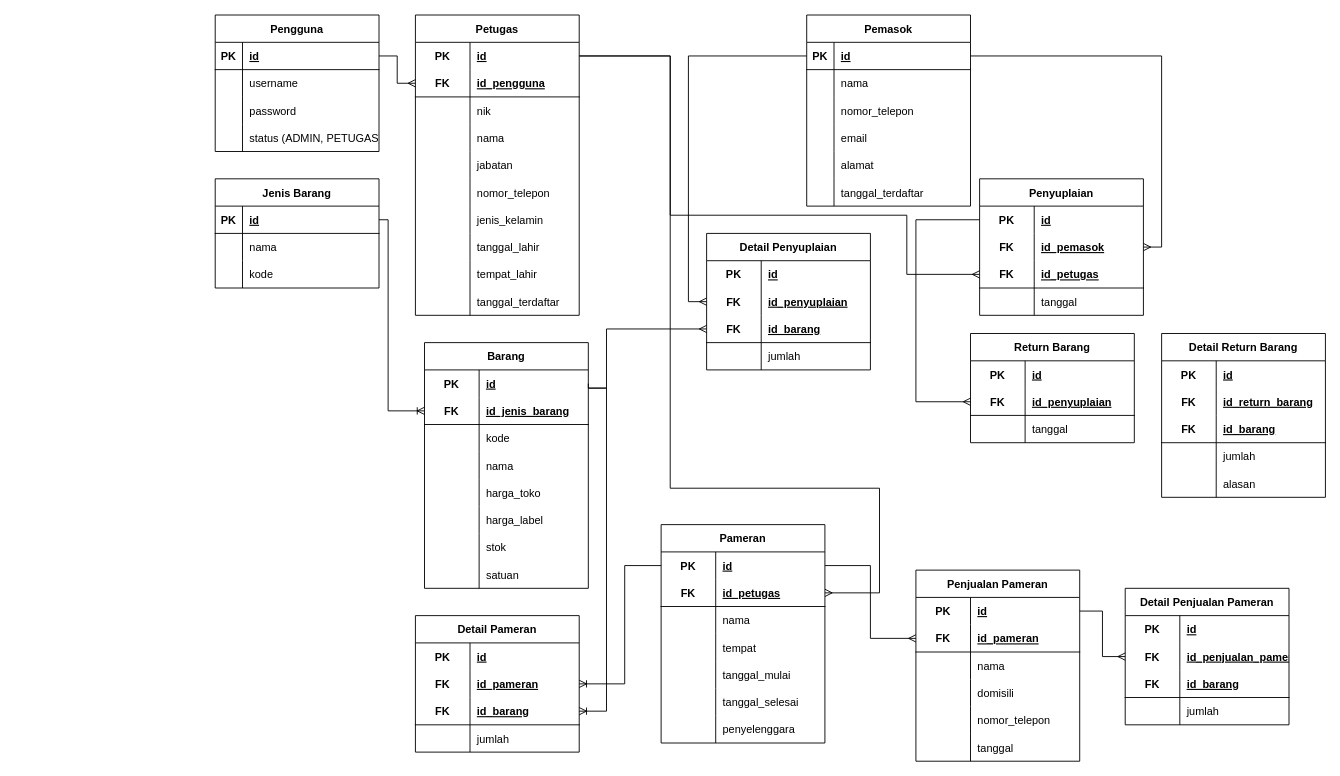
Earlier version of the draw.io diagram db/Database Schema.drawio (yafizh/Aplikasi-Gudang-The-Zamrud-Jewellery). Source tidied: cells renumbered, new cells numbered last; positions are measured from the earlier drawing's top-left corner, leaving out a move shared by most shapes. Both pictures are drawn from the tidied source at 91%, with x=0, y=0 at pixel (215, 15).
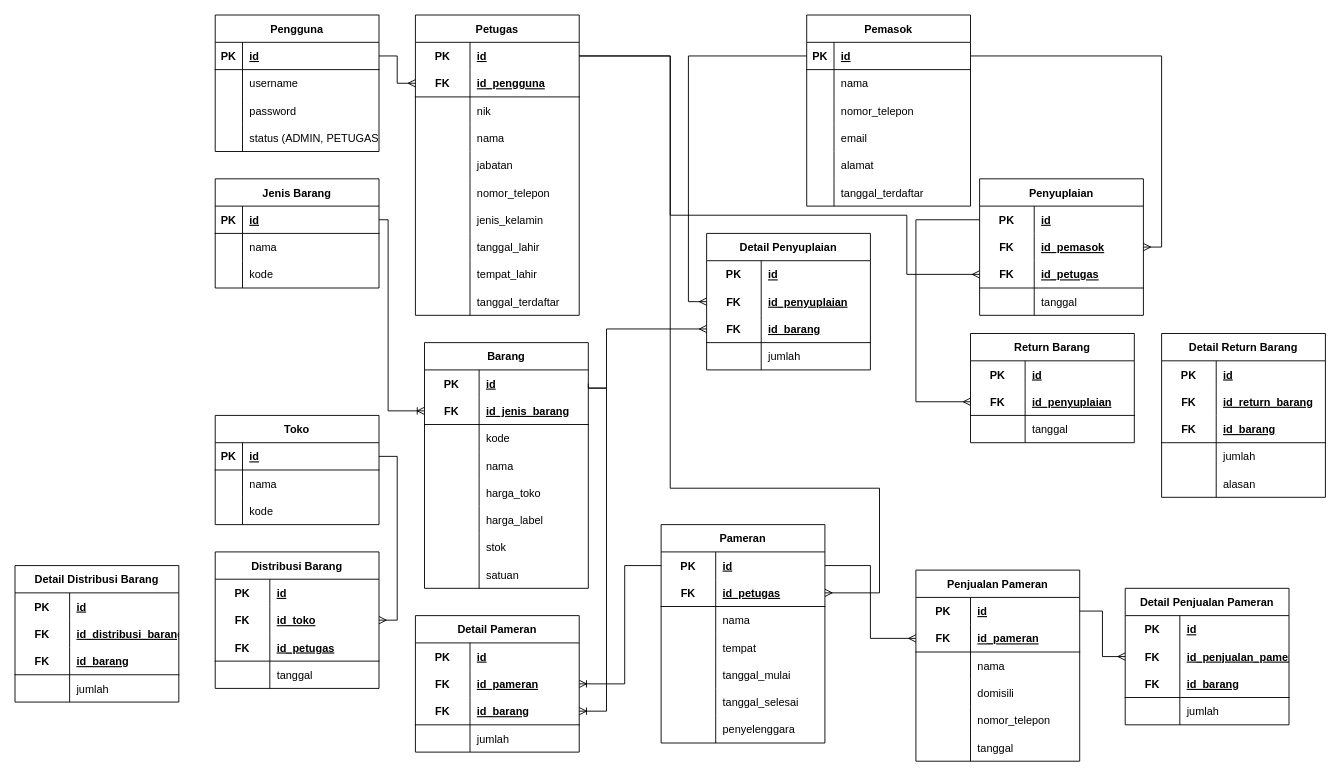
The same diagram, later.

Commit message (it also covers changes not shown here):
add table toko, distribusi barang, and detail distribusi barang

Diff of the diagram source:
```diff
@@
+    <mxCell id="231" value="Toko" style="shape=table;startSize=30;childLayout=tableLayout;rowLines=0;fontStyle=1;align=center;" parent="1" vertex="1">
+      <mxGeometry y="440" width="180" height="120" as="geometry" />
+    </mxCell>
+    <mxCell id="232" style="shape=tableRow;horizontal=0;startSize=0;swimlaneHead=0;swimlaneBody=0;fillColor=none;points=[[0,0.5],[1,0.5]];portConstraint=eastwest;top=0;left=0;right=0;bottom=1;" parent="231" vertex="1">
+      <mxGeometry y="30" width="180" height="30" as="geometry" />
+    </mxCell>
+    <mxCell id="233" value="PK" style="shape=partialRectangle;fillColor=none;top=0;left=0;bottom=0;right=0;fontStyle=1;overflow=hidden;" parent="232" vertex="1">
+      <mxGeometry width="30" height="30" as="geometry" />
+    </mxCell>
+    <mxCell id="234" value="id" style="shape=partialRectangle;fillColor=none;top=0;left=0;bottom=0;right=0;align=left;spacingLeft=6;fontStyle=5;overflow=hidden;" parent="232" vertex="1">
+      <mxGeometry x="30" width="150" height="30" as="geometry" />
+    </mxCell>
+    <mxCell id="235" style="shape=tableRow;horizontal=0;startSize=0;swimlaneHead=0;swimlaneBody=0;fillColor=none;top=0;left=0;right=0;bottom=0;" parent="231" vertex="1">
+      <mxGeometry y="60" width="180" height="30" as="geometry" />
+    </mxCell>
+    <mxCell id="236" style="shape=partialRectangle;fillColor=none;top=0;left=0;bottom=0;right=0;overflow=hidden;" parent="235" vertex="1">
+      <mxGeometry width="30" height="30" as="geometry" />
+    </mxCell>
+    <mxCell id="237" value="nama" style="shape=partialRectangle;fillColor=none;top=0;left=0;bottom=0;right=0;align=left;spacingLeft=6;overflow=hidden;" parent="235" vertex="1">
+      <mxGeometry x="30" width="150" height="30" as="geometry" />
+    </mxCell>
+    <mxCell id="238" style="shape=tableRow;horizontal=0;startSize=0;swimlaneHead=0;swimlaneBody=0;fillColor=none;top=0;left=0;right=0;bottom=0;" parent="231" vertex="1">
+      <mxGeometry y="90" width="180" height="30" as="geometry" />
+    </mxCell>
+    <mxCell id="239" style="shape=partialRectangle;fillColor=none;top=0;left=0;bottom=0;right=0;overflow=hidden;" parent="238" vertex="1">
+      <mxGeometry width="30" height="30" as="geometry" />
+    </mxCell>
+    <mxCell id="240" value="kode" style="shape=partialRectangle;fillColor=none;top=0;left=0;bottom=0;right=0;align=left;spacingLeft=6;overflow=hidden;" parent="238" vertex="1">
+      <mxGeometry x="30" width="150" height="30" as="geometry" />
+    </mxCell>
+    <mxCell id="241" value="Distribusi Barang" style="shape=table;startSize=30;childLayout=tableLayout;rowLines=0;fontStyle=1;align=center;" parent="1" vertex="1">
+      <mxGeometry y="590" width="180" height="150" as="geometry" />
+    </mxCell>
+    <mxCell id="242" style="shape=tableRow;horizontal=0;startSize=0;swimlaneHead=0;swimlaneBody=0;fillColor=none;top=0;left=0;right=0;bottom=0;" parent="241" vertex="1">
+      <mxGeometry y="30" width="180" height="30" as="geometry" />
+    </mxCell>
+    <mxCell id="243" value="PK" style="shape=partialRectangle;fillColor=none;top=0;left=0;bottom=0;right=0;fontStyle=1;overflow=hidden;" parent="242" vertex="1">
+      <mxGeometry width="60" height="30" as="geometry" />
+    </mxCell>
+    <mxCell id="244" value="id" style="shape=partialRectangle;fillColor=none;top=0;left=0;bottom=0;right=0;align=left;spacingLeft=6;fontStyle=5;overflow=hidden;" parent="242" vertex="1">
+      <mxGeometry x="60" width="120" height="30" as="geometry" />
+    </mxCell>
+    <mxCell id="245" style="shape=tableRow;horizontal=0;startSize=0;swimlaneHead=0;swimlaneBody=0;fillColor=none;points=[[0,0.5],[1,0.5]];portConstraint=eastwest;top=0;left=0;right=0;bottom=0;" parent="241" vertex="1">
+      <mxGeometry y="60" width="180" height="30" as="geometry" />
+    </mxCell>
+    <mxCell id="246" value="FK" style="shape=partialRectangle;fillColor=none;top=0;left=0;bottom=0;right=0;fontStyle=1;overflow=hidden;" parent="245" vertex="1">
+      <mxGeometry width="60" height="30" as="geometry" />
+    </mxCell>
+    <mxCell id="247" value="id_toko" style="shape=partialRectangle;fillColor=none;top=0;left=0;bottom=0;right=0;align=left;spacingLeft=6;fontStyle=5;overflow=hidden;" parent="245" vertex="1">
+      <mxGeometry x="60" width="120" height="30" as="geometry" />
+    </mxCell>
+    <mxCell id="248" style="shape=tableRow;horizontal=0;startSize=0;swimlaneHead=0;swimlaneBody=0;fillColor=none;top=0;left=0;right=0;bottom=1;" parent="241" vertex="1">
+      <mxGeometry y="90" width="180" height="30" as="geometry" />
+    </mxCell>
+    <mxCell id="249" value="FK" style="shape=partialRectangle;fillColor=none;top=0;left=0;bottom=0;right=0;fontStyle=1;overflow=hidden;" parent="248" vertex="1">
+      <mxGeometry width="60" height="30" as="geometry" />
+    </mxCell>
+    <mxCell id="250" value="id_petugas" style="shape=partialRectangle;fillColor=none;top=0;left=0;bottom=0;right=0;align=left;spacingLeft=6;fontStyle=5;overflow=hidden;" parent="248" vertex="1">
+      <mxGeometry x="60" width="120" height="30" as="geometry" />
+    </mxCell>
+    <mxCell id="251" style="shape=tableRow;horizontal=0;startSize=0;swimlaneHead=0;swimlaneBody=0;fillColor=none;top=0;left=0;right=0;bottom=0;" parent="241" vertex="1">
+      <mxGeometry y="120" width="180" height="30" as="geometry" />
+    </mxCell>
+    <mxCell id="252" style="shape=partialRectangle;fillColor=none;top=0;left=0;bottom=0;right=0;overflow=hidden;" parent="251" vertex="1">
+      <mxGeometry width="60" height="30" as="geometry" />
+    </mxCell>
+    <mxCell id="253" value="tanggal" style="shape=partialRectangle;fillColor=none;top=0;left=0;bottom=0;right=0;align=left;spacingLeft=6;overflow=hidden;" parent="251" vertex="1">
+      <mxGeometry x="60" width="120" height="30" as="geometry" />
+    </mxCell>
+    <mxCell id="254" value="Detail Distribusi Barang" style="shape=table;startSize=30;childLayout=tableLayout;rowLines=0;fontStyle=1;align=center;" parent="1" vertex="1">
+      <mxGeometry x="-220" y="605" width="180" height="150" as="geometry" />
+    </mxCell>
+    <mxCell id="255" style="shape=tableRow;horizontal=0;startSize=0;swimlaneHead=0;swimlaneBody=0;fillColor=none;top=0;left=0;right=0;bottom=0;" parent="254" vertex="1">
+      <mxGeometry y="30" width="180" height="30" as="geometry" />
+    </mxCell>
+    <mxCell id="256" value="PK" style="shape=partialRectangle;fillColor=none;top=0;left=0;bottom=0;right=0;fontStyle=1;overflow=hidden;" parent="255" vertex="1">
+      <mxGeometry width="60" height="30" as="geometry" />
+    </mxCell>
+    <mxCell id="257" value="id" style="shape=partialRectangle;fillColor=none;top=0;left=0;bottom=0;right=0;align=left;spacingLeft=6;fontStyle=5;overflow=hidden;" parent="255" vertex="1">
+      <mxGeometry x="60" width="120" height="30" as="geometry" />
+    </mxCell>
+    <mxCell id="258" style="shape=tableRow;horizontal=0;startSize=0;swimlaneHead=0;swimlaneBody=0;fillColor=none;top=0;left=0;right=0;bottom=0;" parent="254" vertex="1">
+      <mxGeometry y="60" width="180" height="30" as="geometry" />
+    </mxCell>
+    <mxCell id="259" value="FK" style="shape=partialRectangle;fillColor=none;top=0;left=0;bottom=0;right=0;fontStyle=1;overflow=hidden;" parent="258" vertex="1">
+      <mxGeometry width="60" height="30" as="geometry" />
+    </mxCell>
+    <mxCell id="260" value="id_distribusi_barang" style="shape=partialRectangle;fillColor=none;top=0;left=0;bottom=0;right=0;align=left;spacingLeft=6;fontStyle=5;overflow=hidden;" parent="258" vertex="1">
+      <mxGeometry x="60" width="120" height="30" as="geometry" />
+    </mxCell>
+    <mxCell id="261" style="shape=tableRow;horizontal=0;startSize=0;swimlaneHead=0;swimlaneBody=0;fillColor=none;top=0;left=0;right=0;bottom=1;" parent="254" vertex="1">
+      <mxGeometry y="90" width="180" height="30" as="geometry" />
+    </mxCell>
+    <mxCell id="262" value="FK" style="shape=partialRectangle;fillColor=none;top=0;left=0;bottom=0;right=0;fontStyle=1;overflow=hidden;" parent="261" vertex="1">
+      <mxGeometry width="60" height="30" as="geometry" />
+    </mxCell>
+    <mxCell id="263" value="id_barang" style="shape=partialRectangle;fillColor=none;top=0;left=0;bottom=0;right=0;align=left;spacingLeft=6;fontStyle=5;overflow=hidden;" parent="261" vertex="1">
+      <mxGeometry x="60" width="120" height="30" as="geometry" />
+    </mxCell>
+    <mxCell id="264" style="shape=tableRow;horizontal=0;startSize=0;swimlaneHead=0;swimlaneBody=0;fillColor=none;top=0;left=0;right=0;bottom=0;" parent="254" vertex="1">
+      <mxGeometry y="120" width="180" height="30" as="geometry" />
+    </mxCell>
+    <mxCell id="265" style="shape=partialRectangle;fillColor=none;top=0;left=0;bottom=0;right=0;overflow=hidden;" parent="264" vertex="1">
+      <mxGeometry width="60" height="30" as="geometry" />
+    </mxCell>
+    <mxCell id="266" value="jumlah" style="shape=partialRectangle;fillColor=none;top=0;left=0;bottom=0;right=0;align=left;spacingLeft=6;overflow=hidden;" parent="264" vertex="1">
+      <mxGeometry x="60" width="120" height="30" as="geometry" />
+    </mxCell>
+    <mxCell id="267" style="edgeStyle=orthogonalEdgeStyle;rounded=0;jettySize=auto;html=1;entryX=1;entryY=0.5;entryDx=0;entryDy=0;endArrow=ERmany;endFill=0;" parent="1" edge="1" source="232" target="245">
+      <mxGeometry relative="1" as="geometry">
+        <Array as="points">
+          <mxPoint x="200" y="485" />
+          <mxPoint x="200" y="665" />
+        </Array>
+      </mxGeometry>
+    </mxCell>
```
